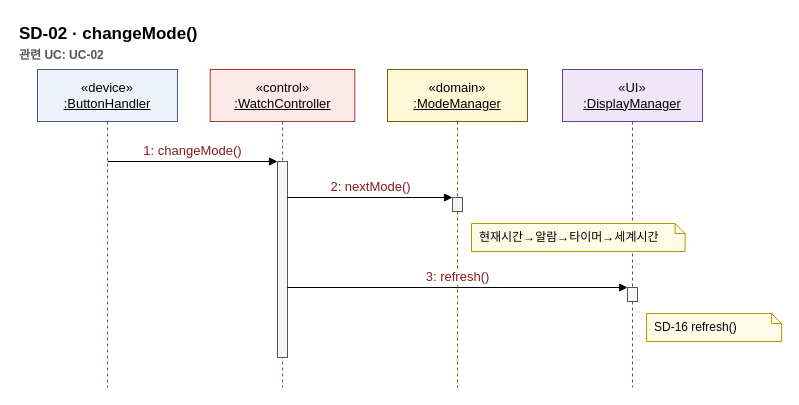
Above: page "SD-02 changeMode()" (2 of 16) of docs/OOAD/practice/sd/DigitalWatch_SequenceDiagrams.drawio in sspring2048/AssoArch (draw.io), before the change. Source tidied: cells renumbered, new cells numbered last; positions are measured from the earlier drawing's top-left corner, leaving out a move shared by most shapes. Both pictures are drawn from the tidied source at 100%, with x=0, y=0 at pixel (17, 17).
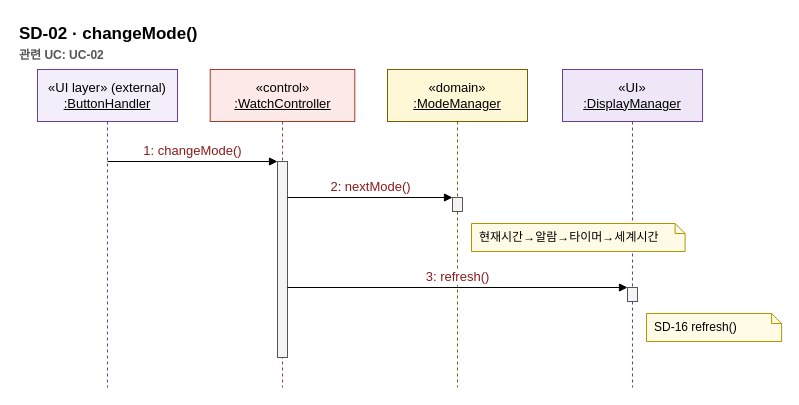
The same diagram, later.

The edit, as a diff of the source:
```diff
@@
 <mxGraphModel>
   <root>
     <mxCell id="0" />
     <mxCell id="1" parent="0" />
     <mxCell id="2" value="SD-02 · changeMode()&lt;br&gt;&lt;font style=&quot;font-size:12px&quot; color=&quot;#555555&quot;&gt;관련 UC: UC-02&lt;/font&gt;" style="text;html=1;fontSize=17;fontStyle=1;align=left;verticalAlign=top;" parent="1" vertex="1">
       <mxGeometry width="700" height="44" as="geometry" />
     </mxCell>
-    <mxCell id="3" value="«device»&lt;br&gt;&lt;u&gt;:ButtonHandler&lt;/u&gt;" style="shape=umlLifeline;perimeter=lifelinePerimeter;whiteSpace=wrap;html=1;size=52;fillColor=#eef2fa;strokeColor=#3b5b92;fontSize=13;" parent="1" vertex="1">
+    <mxCell id="3" value="«UI layer» (external)&lt;br&gt;&lt;u&gt;:ButtonHandler&lt;/u&gt;" style="shape=umlLifeline;perimeter=lifelinePerimeter;whiteSpace=wrap;html=1;size=52;fillColor=#f3eefa;strokeColor=#6a3d9a;fontSize=13;" parent="1" vertex="1">
       <mxGeometry x="20" y="52" width="140" height="318" as="geometry" />
     </mxCell>
     <mxCell id="4" value="«control»&lt;br&gt;&lt;u&gt;:WatchController&lt;/u&gt;" style="shape=umlLifeline;perimeter=lifelinePerimeter;whiteSpace=wrap;html=1;size=52;fillColor=#fde9e7;strokeColor=#a33a2c;fontSize=13;" parent="1" vertex="1">
       <mxGeometry x="192.7" y="52" width="144.6" height="318" as="geometry" />
     </mxCell>
     <mxCell id="5" value="«domain»&lt;br&gt;&lt;u&gt;:ModeManager&lt;/u&gt;" style="shape=umlLifeline;perimeter=lifelinePerimeter;whiteSpace=wrap;html=1;size=52;fillColor=#fff8d6;strokeColor=#7a5c00;fontSize=13;" parent="1" vertex="1">
       <mxGeometry x="370" y="52" width="140" height="318" as="geometry" />
     </mxCell>
     <mxCell id="6" value="«UI»&lt;br&gt;&lt;u&gt;:DisplayManager&lt;/u&gt;" style="shape=umlLifeline;perimeter=lifelinePerimeter;whiteSpace=wrap;html=1;size=52;fillColor=#efe7f7;strokeColor=#6a3d9a;fontSize=13;" parent="1" vertex="1">
       <mxGeometry x="545" y="52" width="140" height="318" as="geometry" />
     </mxCell>
     <mxCell id="7" style="html=1;perimeter=orthogonalPerimeter;fillColor=#f4f4f4;strokeColor=#555555;" parent="1" vertex="1">
       <mxGeometry x="435" y="180" width="10" height="14" as="geometry" />
     </mxCell>
     <mxCell id="8" style="html=1;perimeter=orthogonalPerimeter;fillColor=#f4f4f4;strokeColor=#555555;" parent="1" vertex="1">
       <mxGeometry x="610" y="270" width="10" height="14" as="geometry" />
     </mxCell>
     <mxCell id="9" style="html=1;perimeter=orthogonalPerimeter;fillColor=#f4f4f4;strokeColor=#555555;" parent="1" vertex="1">
       <mxGeometry x="260" y="144" width="10" height="196" as="geometry" />
     </mxCell>
     <mxCell id="10" value="1: changeMode()" style="html=1;verticalAlign=bottom;endArrow=block;endFill=1;fontSize=13;fontColor=#8a1c1c;" parent="1" edge="1">
       <mxGeometry relative="1" as="geometry">
         <mxPoint x="90" y="144" as="sourcePoint" />
         <mxPoint x="260" y="144" as="targetPoint" />
       </mxGeometry>
     </mxCell>
     <mxCell id="11" value="2: nextMode()" style="html=1;verticalAlign=bottom;endArrow=block;endFill=1;fontSize=13;fontColor=#8a1c1c;" parent="1" edge="1">
       <mxGeometry relative="1" as="geometry">
         <mxPoint x="270" y="180" as="sourcePoint" />
         <mxPoint x="435" y="180" as="targetPoint" />
       </mxGeometry>
     </mxCell>
     <mxCell id="12" value="현재시간→알람→타이머→세계시간" style="shape=note;size=10;whiteSpace=wrap;html=1;align=left;spacingLeft=6;fontSize=12;fillColor=#fffbe6;strokeColor=#b39500;" parent="1" vertex="1">
       <mxGeometry x="454" y="206" width="213.6" height="28" as="geometry" />
     </mxCell>
     <mxCell id="13" value="3: refresh()" style="html=1;verticalAlign=bottom;endArrow=block;endFill=1;fontSize=13;fontColor=#8a1c1c;" parent="1" edge="1">
       <mxGeometry relative="1" as="geometry">
         <mxPoint x="270" y="270" as="sourcePoint" />
         <mxPoint x="610" y="270" as="targetPoint" />
       </mxGeometry>
     </mxCell>
     <mxCell id="14" value="SD-16 refresh()" style="shape=note;size=10;whiteSpace=wrap;html=1;align=left;spacingLeft=6;fontSize=12;fillColor=#fffbe6;strokeColor=#b39500;" parent="1" vertex="1">
       <mxGeometry x="629" y="296" width="135.1" height="28" as="geometry" />
     </mxCell>
   </root>
 </mxGraphModel>
```
